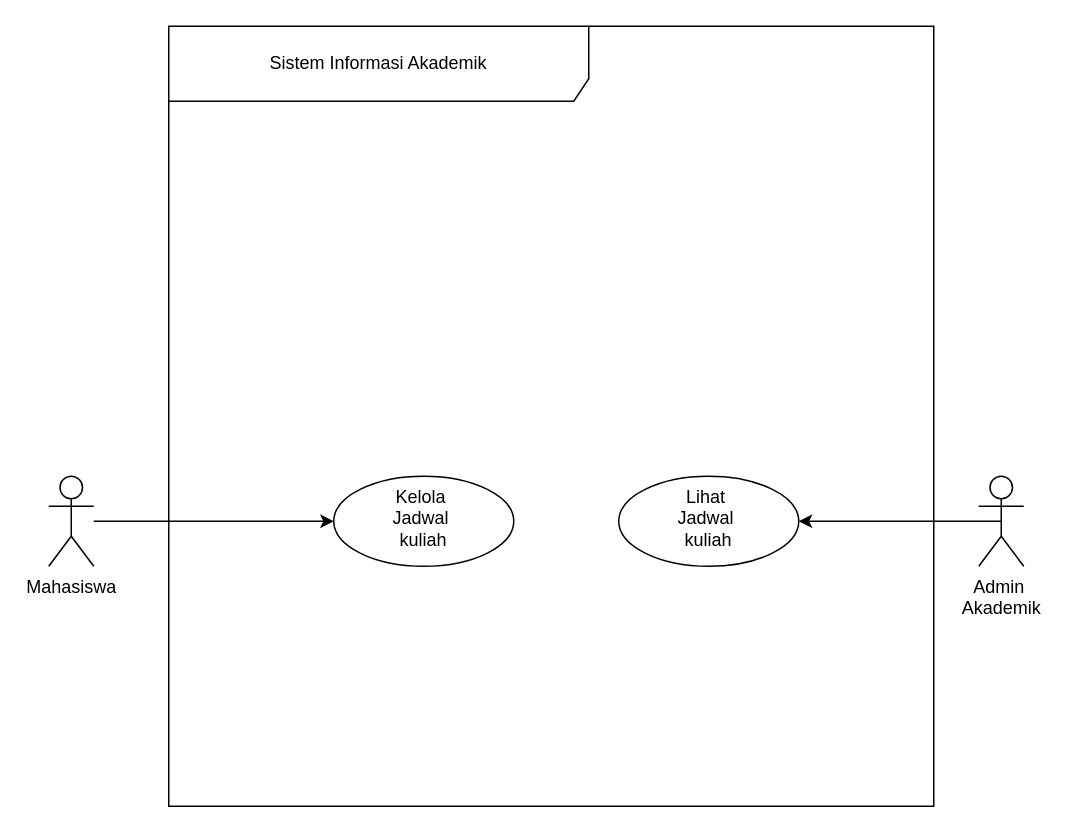
This is 03_latihan_tools/P02/SIA/P02_2406123_SIA_notasi_v01.drawio from LilCasyaa/IFRWP5149_2406123_LabAlat, a draw.io file, before an edit. Source tidied: cells renumbered, new cells numbered last; positions are measured from the earlier drawing's top-left corner, leaving out a move shared by most shapes. Both pictures are drawn from the tidied source at 150%, with x=0, y=0 at pixel (48, 26).
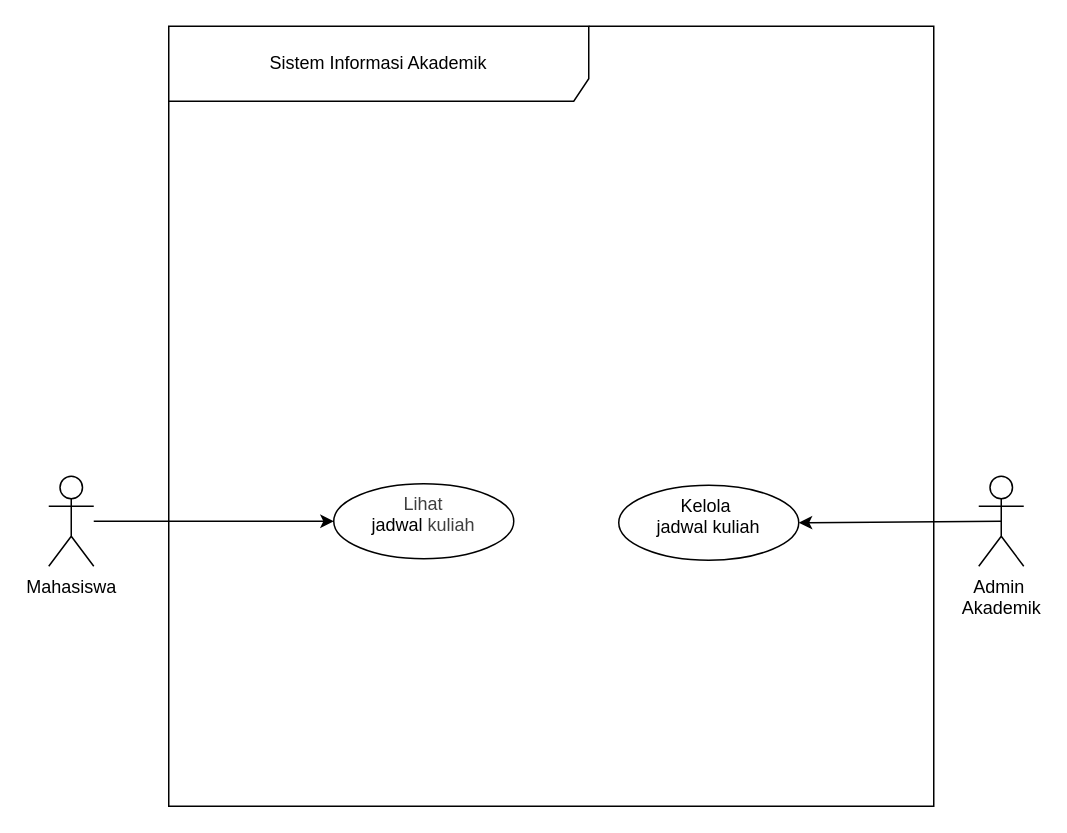
The same page after the edit.

The edit, as a diff of the source:
```diff
@@
 <mxGraphModel>
   <root>
     <mxCell id="0" />
     <mxCell id="1" parent="0" />
     <mxCell id="2" value="&lt;div style=&quot;&quot;&gt;&lt;span style=&quot;background-color: transparent;&quot;&gt;Sistem Informasi Akademik&lt;/span&gt;&lt;span style=&quot;background-color: transparent;&quot;&gt;&lt;br&gt;&lt;/span&gt;&lt;/div&gt;" style="shape=umlFrame;whiteSpace=wrap;html=1;width=280;height=50;align=center;" parent="1" vertex="1">
       <mxGeometry x="80" width="510" height="520" as="geometry" />
     </mxCell>
-    <mxCell id="3" value="Lihat&amp;nbsp;&lt;div&gt;Jadwal&amp;nbsp;&lt;/div&gt;&lt;div&gt;kuliah&lt;/div&gt;" style="whiteSpace=wrap;html=1;verticalAlign=top;shape=ellipse;perimeter=ellipsePerimeter;" parent="2" vertex="1">
-      <mxGeometry x="300" y="300" width="120" height="60" as="geometry" />
+    <mxCell id="3" value="Kelola&amp;nbsp;&lt;div&gt;jadwal kuliah&lt;/div&gt;" style="whiteSpace=wrap;html=1;verticalAlign=top;shape=ellipse;perimeter=ellipsePerimeter;" parent="2" vertex="1">
+      <mxGeometry x="300" y="306" width="120" height="50" as="geometry" />
     </mxCell>
-    <mxCell id="4" value="Kelola&amp;nbsp;&lt;div&gt;Jadwal&amp;nbsp;&lt;/div&gt;&lt;div&gt;kuliah&lt;/div&gt;" style="whiteSpace=wrap;html=1;verticalAlign=top;shape=ellipse;perimeter=ellipsePerimeter;" parent="2" vertex="1">
-      <mxGeometry x="110" y="300" width="120" height="60" as="geometry" />
+    <mxCell id="4" value="&amp;nbsp;&lt;span style=&quot;background-color: transparent; color: rgb(63, 63, 63);&quot;&gt;Lihat&amp;nbsp;&lt;/span&gt;&lt;div&gt;&lt;div&gt;&lt;div&gt;jadwal&amp;nbsp;&lt;span style=&quot;color: rgb(63, 63, 63); background-color: transparent;&quot;&gt;kuliah&lt;/span&gt;&lt;/div&gt;&lt;/div&gt;&lt;/div&gt;" style="whiteSpace=wrap;html=1;verticalAlign=top;shape=ellipse;perimeter=ellipsePerimeter;" parent="2" vertex="1">
+      <mxGeometry x="110" y="305" width="120" height="50" as="geometry" />
     </mxCell>
     <mxCell id="5" style="edgeStyle=none;html=1;entryX=0;entryY=0.5;entryDx=0;entryDy=0;" parent="1" edge="1" source="6" target="4">
       <mxGeometry relative="1" as="geometry" />
     </mxCell>
     <mxCell id="6" value="Mahasiswa" style="shape=umlActor;verticalLabelPosition=bottom;verticalAlign=top;html=1;" parent="1" vertex="1">
       <mxGeometry y="300" width="30" height="60" as="geometry" />
     </mxCell>
     <mxCell id="7" style="edgeStyle=none;html=1;exitX=0.5;exitY=0.5;exitDx=0;exitDy=0;exitPerimeter=0;entryX=1;entryY=0.5;entryDx=0;entryDy=0;" parent="1" edge="1" source="8" target="3">
       <mxGeometry relative="1" as="geometry" />
     </mxCell>
     <mxCell id="8" value="Admin&amp;nbsp;&lt;div&gt;Akademik&lt;/div&gt;" style="shape=umlActor;verticalLabelPosition=bottom;verticalAlign=top;html=1;" parent="1" vertex="1">
       <mxGeometry x="620" y="300" width="30" height="60" as="geometry" />
     </mxCell>
   </root>
 </mxGraphModel>
```
